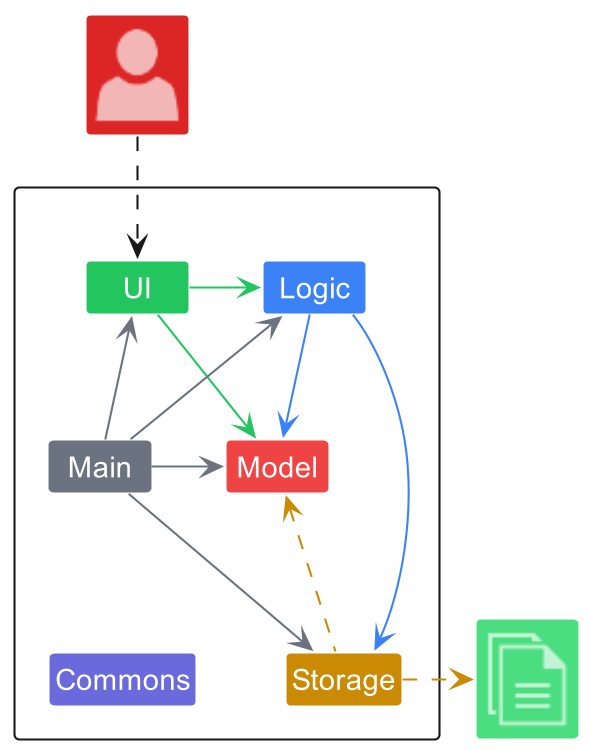
Above: docs/images/ArchitectureDiagram.png in nus-cs2103-AY2223S2/tp (PlantUML), before the change.
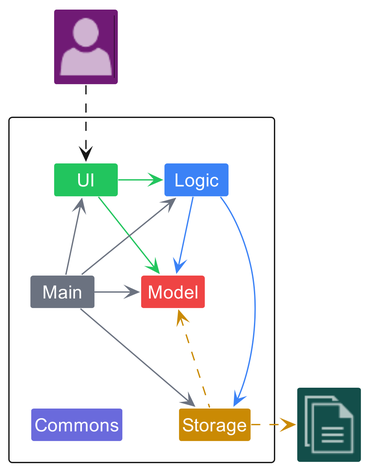
Later version of the same file.

Commit message:
Add Archi DG diag

The edit, as a diff of the source:
```diff
@@ -13,8 +13,8 @@
     Class Commons LOGIC_COLOR_T2
 }
 
-Class "<$user>" as User MODEL_COLOR_T2
-Class "<$documents>" as File UI_COLOR_T1
+Class "<$user>" as User ARCHI_USER_COLOR
+Class "<$documents>" as File ARCHI_FS_COLOR
 
 UI -[UI_COLOR]right-> Logic
 UI -[UI_COLOR]left-> Model
```
